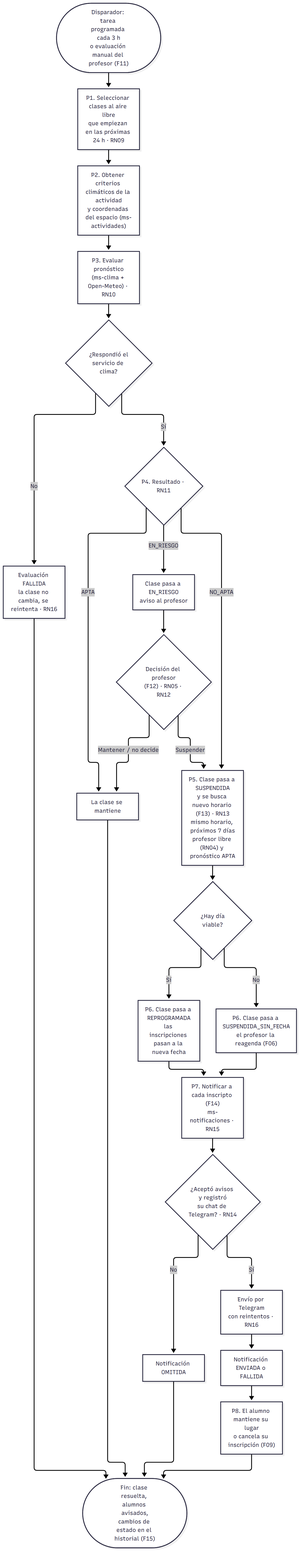
Above: docs/diagramas/proceso.png in tomy91449/climafit (Mermaid), before the change. Its source is kept beside it as docs/diagramas/proceso.mmd.
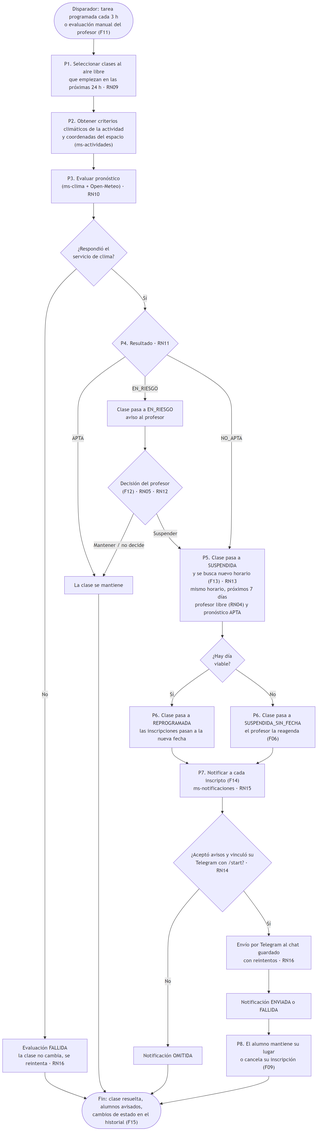
After the commit.

Commit message:
Diagramas: vinculación con Telegram por /start

What changed in the source:
```diff
@@ -16,9 +16,9 @@
   M -- "No" --> M2["P6. Clase pasa a SUSPENDIDA_SIN_FECHA<br/>el profesor la reagenda (F06)"]
   M1 --> N
   M2 --> N
-  N["P7. Notificar a cada inscripto (F14)<br/>ms-notificaciones · RN15"] --> O{"¿Aceptó avisos y registró<br/>su chat de Telegram? · RN14"}
+  N["P7. Notificar a cada inscripto (F14)<br/>ms-notificaciones · RN15"] --> O{"¿Aceptó avisos y vinculó su<br/>Telegram con /start? · RN14"}
   O -- "No" --> O1["Notificación OMITIDA"]
-  O -- "Sí" --> P["Envío por Telegram<br/>con reintentos · RN16"]
+  O -- "Sí" --> P["Envío por Telegram al chat guardado<br/>con reintentos · RN16"]
   P --> Q["Notificación ENVIADA o FALLIDA"]
   Q --> S["P8. El alumno mantiene su lugar<br/>o cancela su inscripción (F09)"]
   S --> Z(["Fin: clase resuelta, alumnos avisados,<br/>cambios de estado en el historial (F15)"])
```
